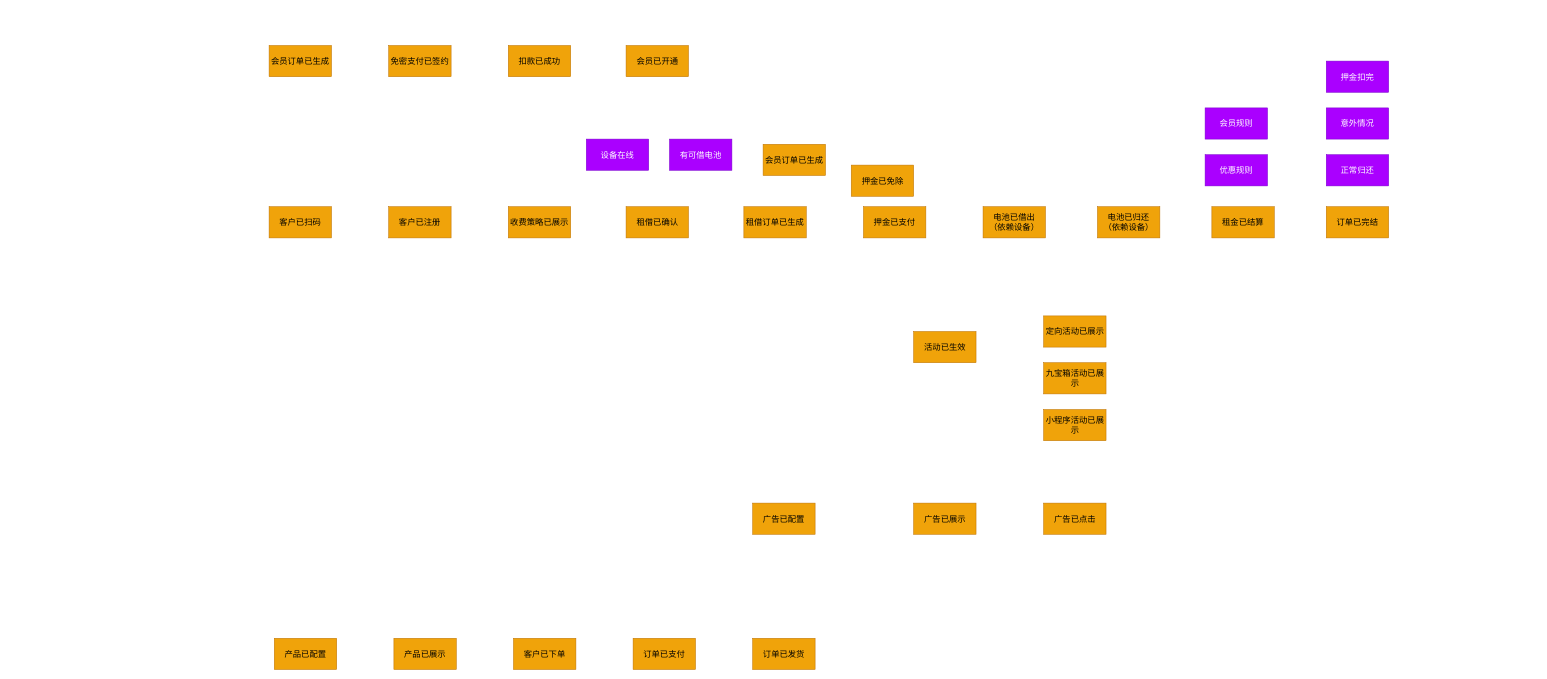
Before: 业务事件.drawio in hacksport-666/EventStorming, a draw.io diagram. Source tidied: cells renumbered, new cells numbered last; positions are measured from the earlier drawing's top-left corner, leaving out a move shared by most shapes. Both pictures are drawn from the tidied source at 52%, with x=0, y=0 at pixel (269, 45).
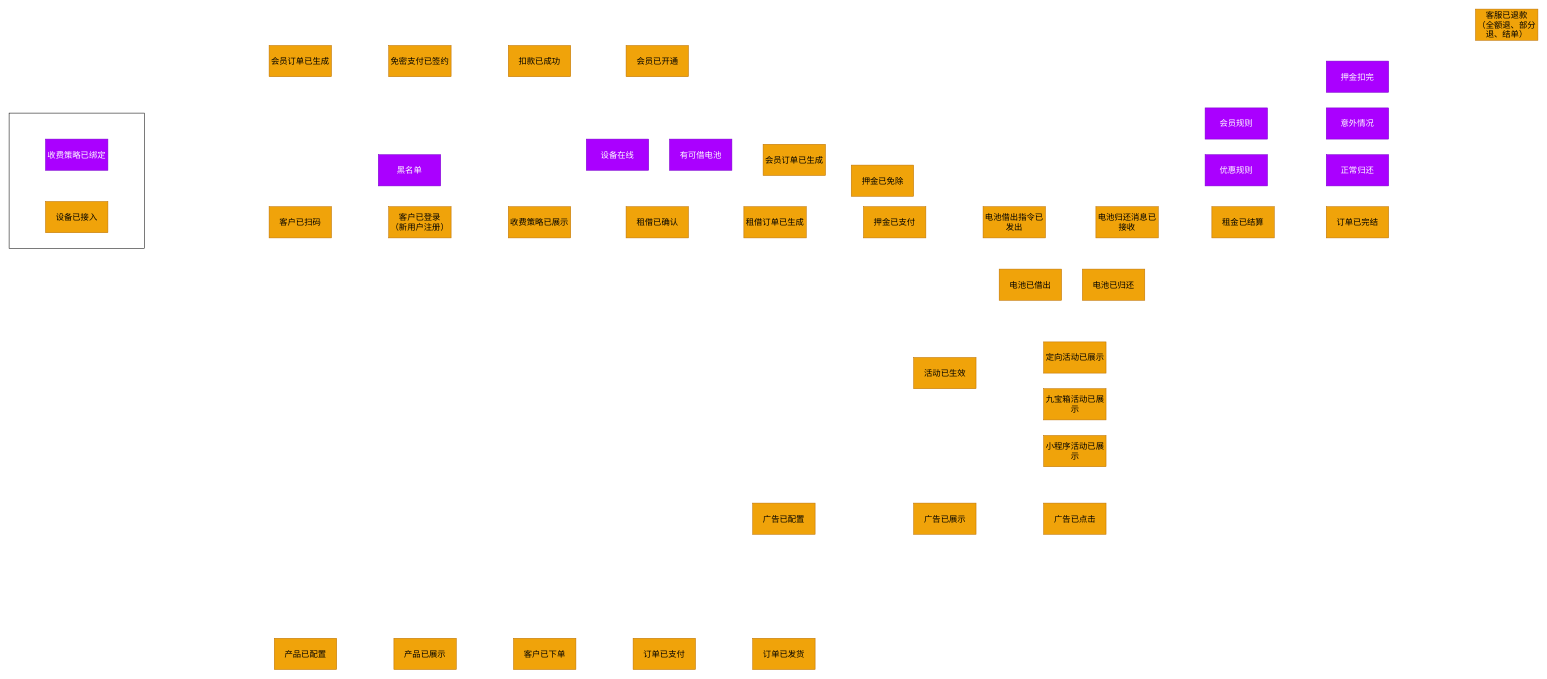
After the change.

Diff of the diagram source:
```diff
@@
+    <mxCell id="37" style="whiteSpace=wrap;html=1;" parent="1" vertex="1">
+      <mxGeometry x="-500" y="130" width="260" height="260" as="geometry" />
+    </mxCell>
-    <mxCell id="2" value="客户已注册" style="rounded=0;whiteSpace=wrap;html=1;strokeColor=#BD7000;fillColor=#f0a30a;fontSize=16;" parent="1" vertex="1">
+    <mxCell id="2" value="客户已登录&lt;br&gt;（新用户注册）" style="rounded=0;whiteSpace=wrap;html=1;strokeColor=#BD7000;fillColor=#f0a30a;fontSize=16;" parent="1" vertex="1">
       <mxGeometry x="230" y="310" width="120" height="60" as="geometry" />
     </mxCell>
@@
-    <mxCell id="5" value="电池已借出&lt;br&gt;（依赖设备）" style="rounded=0;whiteSpace=wrap;html=1;strokeColor=#BD7000;fillColor=#f0a30a;fontSize=16;" parent="1" vertex="1">
+    <mxCell id="5" value="电池借出指令已发出" style="rounded=0;whiteSpace=wrap;html=1;strokeColor=#BD7000;fillColor=#f0a30a;fontSize=16;" parent="1" vertex="1">
       <mxGeometry x="1373" y="310" width="120" height="60" as="geometry" />
     </mxCell>
-    <mxCell id="6" value="电池已归还&lt;br&gt;（依赖设备）" style="rounded=0;whiteSpace=wrap;html=1;strokeColor=#BD7000;fillColor=#f0a30a;fontSize=16;" parent="1" vertex="1">
-      <mxGeometry x="1593" y="310" width="120" height="60" as="geometry" />
+    <mxCell id="6" value="电池已归还" style="rounded=0;whiteSpace=wrap;html=1;strokeColor=#BD7000;fillColor=#f0a30a;fontSize=16;" parent="1" vertex="1">
+      <mxGeometry x="1564" y="430" width="120" height="60" as="geometry" />
     </mxCell>
@@
     <mxCell id="15" value="活动已生效" style="rounded=0;whiteSpace=wrap;html=1;strokeColor=#BD7000;fillColor=#f0a30a;fontSize=16;" parent="1" vertex="1">
-      <mxGeometry x="1239.5" y="550" width="120" height="60" as="geometry" />
+      <mxGeometry x="1239.5" y="600" width="120" height="60" as="geometry" />
     </mxCell>
     <mxCell id="16" value="定向活动已展示" style="rounded=0;whiteSpace=wrap;html=1;strokeColor=#BD7000;fillColor=#f0a30a;fontSize=16;" parent="1" vertex="1">
-      <mxGeometry x="1489.5" y="520" width="120" height="60" as="geometry" />
+      <mxGeometry x="1489.5" y="570" width="120" height="60" as="geometry" />
     </mxCell>
     <mxCell id="17" value="九宝箱活动已展示" style="rounded=0;whiteSpace=wrap;html=1;strokeColor=#BD7000;fillColor=#f0a30a;fontSize=16;" parent="1" vertex="1">
-      <mxGeometry x="1489.5" y="610" width="120" height="60" as="geometry" />
+      <mxGeometry x="1489.5" y="660" width="120" height="60" as="geometry" />
     </mxCell>
     <mxCell id="18" value="小程序活动已展示" style="rounded=0;whiteSpace=wrap;html=1;strokeColor=#BD7000;fillColor=#f0a30a;fontSize=16;" parent="1" vertex="1">
-      <mxGeometry x="1489.5" y="700" width="120" height="60" as="geometry" />
+      <mxGeometry x="1489.5" y="750" width="120" height="60" as="geometry" />
     </mxCell>
@@
+    <mxCell id="38" value="收费策略已绑定" style="rounded=0;whiteSpace=wrap;html=1;strokeColor=#7700CC;fillColor=#aa00ff;fontSize=16;fontColor=#ffffff;" parent="1" vertex="1">
+      <mxGeometry x="-430" y="180" width="120" height="60" as="geometry" />
+    </mxCell>
+    <mxCell id="39" value="设备已接入" style="rounded=0;whiteSpace=wrap;html=1;strokeColor=#BD7000;fillColor=#f0a30a;fontSize=16;" parent="1" vertex="1">
+      <mxGeometry x="-430" y="300" width="120" height="60" as="geometry" />
+    </mxCell>
+    <mxCell id="40" value="客服已退款&lt;br&gt;（全额退、部分退、结单）" style="rounded=0;whiteSpace=wrap;html=1;strokeColor=#BD7000;fillColor=#f0a30a;fontSize=16;" parent="1" vertex="1">
+      <mxGeometry x="2320" y="-70" width="120" height="60" as="geometry" />
+    </mxCell>
+    <mxCell id="41" value="电池已借出" style="rounded=0;whiteSpace=wrap;html=1;strokeColor=#BD7000;fillColor=#f0a30a;fontSize=16;" parent="1" vertex="1">
+      <mxGeometry x="1404" y="430" width="120" height="60" as="geometry" />
+    </mxCell>
+    <mxCell id="42" value="电池归还消息已接收" style="rounded=0;whiteSpace=wrap;html=1;strokeColor=#BD7000;fillColor=#f0a30a;fontSize=16;" parent="1" vertex="1">
+      <mxGeometry x="1590" y="310" width="120" height="60" as="geometry" />
+    </mxCell>
+    <mxCell id="43" value="黑名单" style="rounded=0;whiteSpace=wrap;html=1;strokeColor=#7700CC;fillColor=#aa00ff;fontSize=16;fontColor=#ffffff;" parent="1" vertex="1">
+      <mxGeometry x="210" y="210" width="120" height="60" as="geometry" />
+    </mxCell>
```
